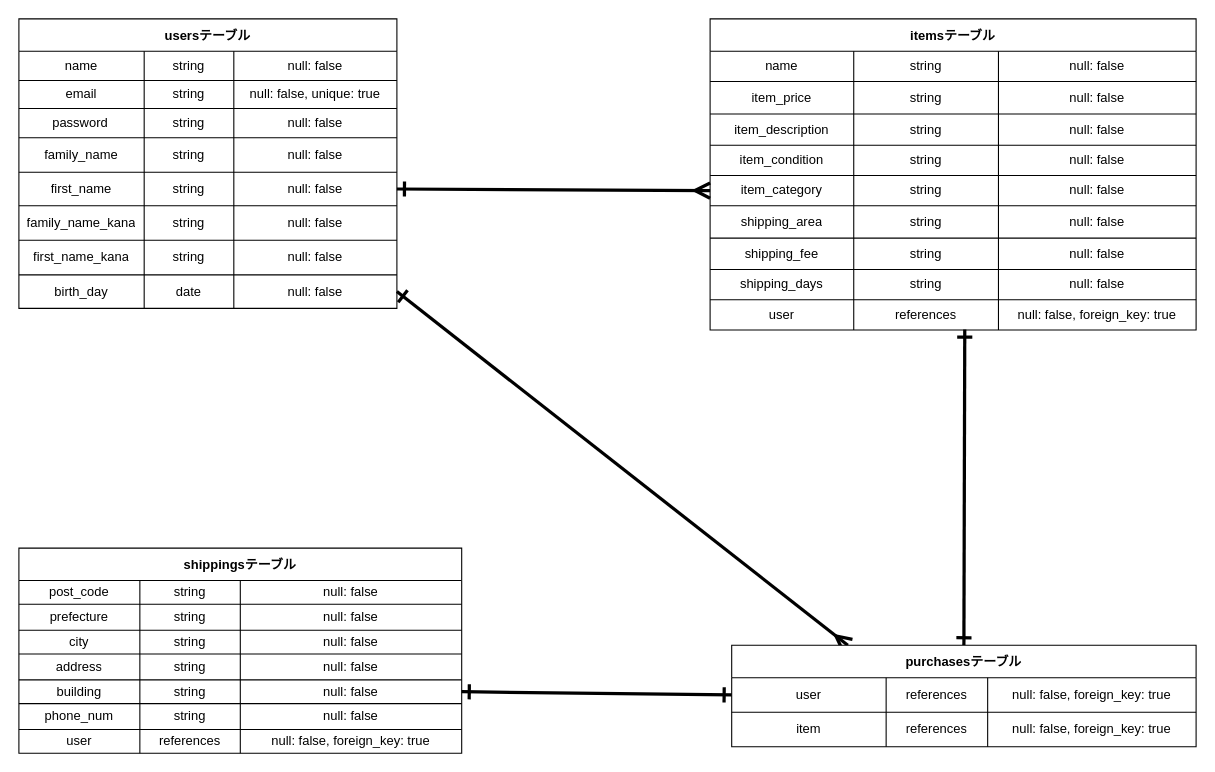
Earlier version of the draw.io diagram furima-37294.dio (ysd-hrkz/furima-37294). Source tidied: cells renumbered, new cells numbered last; positions are measured from the earlier drawing's top-left corner, leaving out a move shared by most shapes. Both pictures are drawn from the tidied source at 108%, with x=0, y=0 at pixel (18, 18).
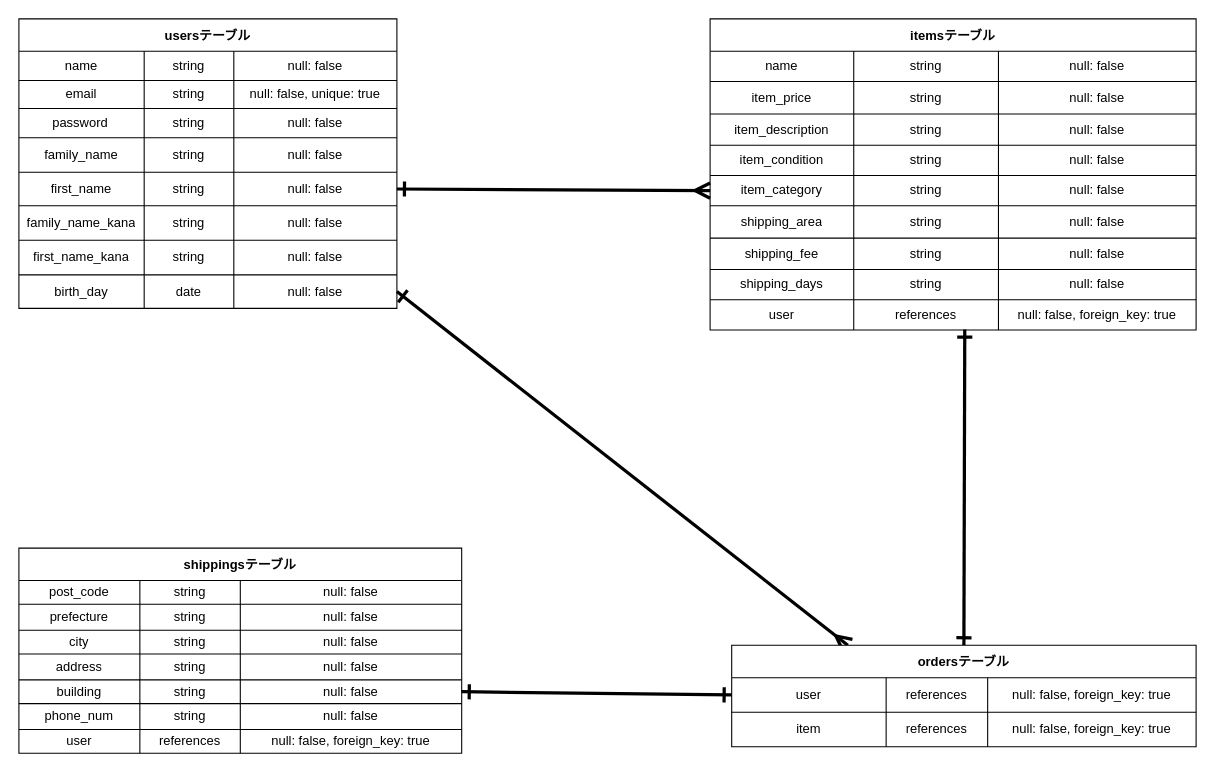
Above is the later version.

Diff of the diagram source:
```diff
@@
-    <mxCell id="37" value="purchasesテーブル" style="shape=table;startSize=30;childLayout=tableLayout;fontStyle=1;align=center;" parent="1" vertex="1">
+    <mxCell id="37" value="ordersテーブル" style="shape=table;startSize=30;childLayout=tableLayout;fontStyle=1;align=center;" parent="1" vertex="1">
       <mxGeometry x="660" y="580" width="430" height="94" as="geometry" />
     </mxCell>
```
